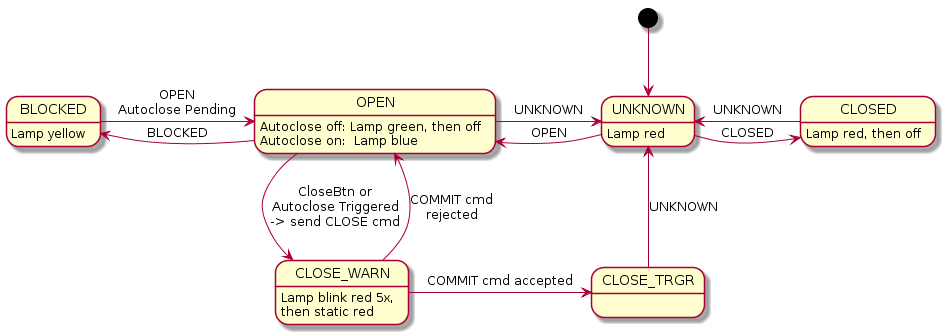
Earlier version of the PlantUML export docs/nodered.png (Svedrin/gatecontrol).
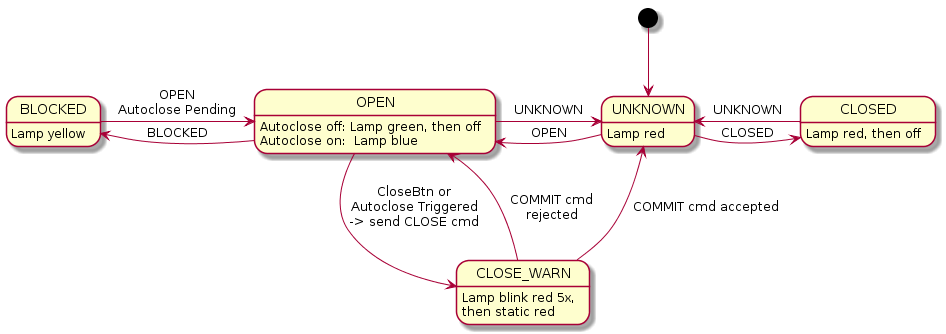
After the commit.

Commit message:
drop CLOSE_TRGR state from NodeRED state machine

The edit, as a diff of the source:
```diff
@@ -11,9 +11,8 @@
 OPEN         -left->    BLOCKED     : BLOCKED
 
 OPEN         -down->    CLOSE_WARN  : CloseBtn or\nAutoclose Triggered\n-> send CLOSE cmd
-CLOSE_WARN   -right->   CLOSE_TRGR  : COMMIT cmd accepted
+CLOSE_WARN   -up->      UNKNOWN     : COMMIT cmd accepted
 CLOSE_WARN   -up->      OPEN        : COMMIT cmd\nrejected
-CLOSE_TRGR   -up->      UNKNOWN     : UNKNOWN
 
 BLOCKED:    Lamp yellow
 OPEN:       Autoclose off: Lamp green, then off\nAutoclose on:  Lamp blue
```
